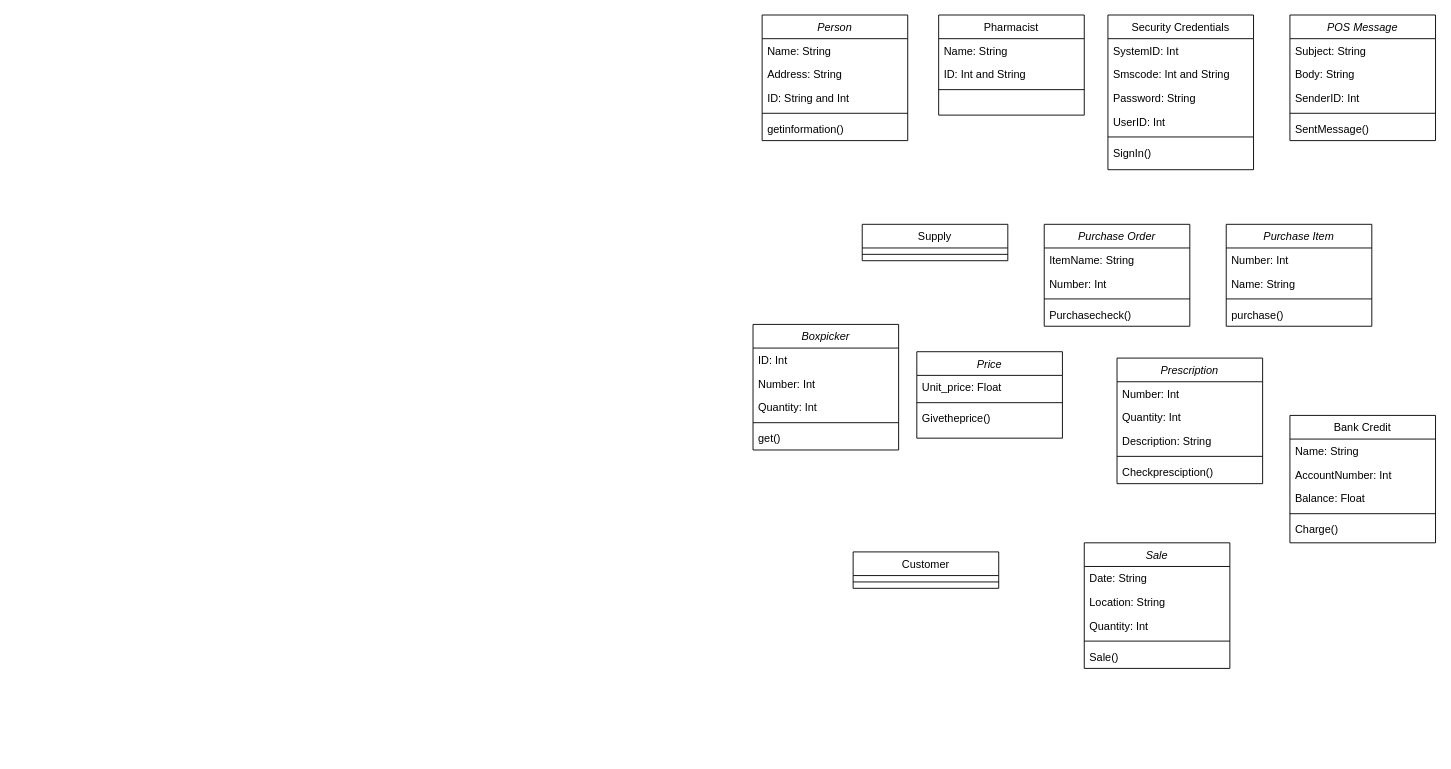
Earlier version of the draw.io diagram classdiagram.drawio (forthegame/ANU2024). Source tidied: cells renumbered, new cells numbered last; positions are measured from the earlier drawing's top-left corner, leaving out a move shared by most shapes. Both pictures are drawn from the tidied source at 91%, with x=0, y=0 at pixel (753, 15).
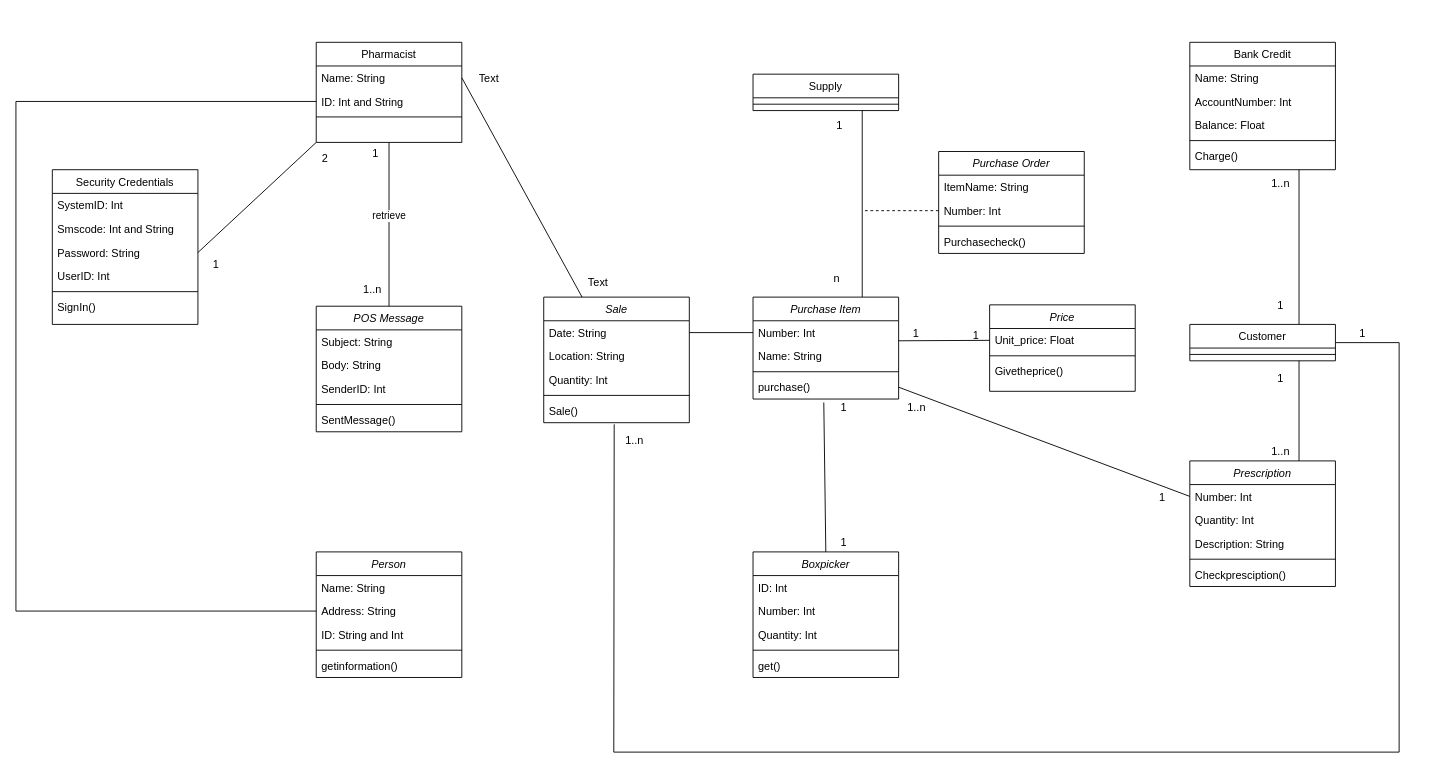
The same diagram, later.

Unchanged cells that the change refers to:
```xml
<mxCell id="4" value="Address: String" style="text;align=left;verticalAlign=top;spacingLeft=4;spacingRight=4;overflow=hidden;points=[[0,0.5],[1,0.5]];portConstraint=eastwest;rounded=0;shadow=0;html=0;" parent="2" vertex="1">
  <mxGeometry y="52" width="160" height="26" as="geometry" />
</mxCell>
<mxCell id="7" value="getinformation()" style="text;align=left;verticalAlign=top;spacingLeft=4;spacingRight=4;overflow=hidden;points=[[0,0.5],[1,0.5]];portConstraint=eastwest;" parent="2" vertex="1">
  <mxGeometry y="112" width="160" height="26" as="geometry" />
</mxCell>
<mxCell id="9" value="Name: String" style="text;align=left;verticalAlign=top;spacingLeft=4;spacingRight=4;overflow=hidden;points=[[0,0.5],[1,0.5]];portConstraint=eastwest;" parent="8" vertex="1">
  <mxGeometry y="26" width="160" height="26" as="geometry" />
</mxCell>
<mxCell id="10" value="ID: Int and String" style="text;align=left;verticalAlign=top;spacingLeft=4;spacingRight=4;overflow=hidden;points=[[0,0.5],[1,0.5]];portConstraint=eastwest;rounded=0;shadow=0;html=0;" parent="8" vertex="1">
  <mxGeometry y="52" width="160" height="26" as="geometry" />
</mxCell>
<mxCell id="17" value="Password: String" style="text;align=left;verticalAlign=top;spacingLeft=4;spacingRight=4;overflow=hidden;points=[[0,0.5],[1,0.5]];portConstraint=eastwest;rounded=0;shadow=0;html=0;" parent="14" vertex="1">
  <mxGeometry y="78" width="160" height="26" as="geometry" />
</mxCell>
<mxCell id="23" value="Number: Int" style="text;align=left;verticalAlign=top;spacingLeft=4;spacingRight=4;overflow=hidden;points=[[0,0.5],[1,0.5]];portConstraint=eastwest;rounded=0;shadow=0;html=0;" parent="21" vertex="1">
  <mxGeometry y="52" width="160" height="26" as="geometry" />
</mxCell>
<mxCell id="33" value="Unit_price: Float" style="text;align=left;verticalAlign=top;spacingLeft=4;spacingRight=4;overflow=hidden;points=[[0,0.5],[1,0.5]];portConstraint=eastwest;" parent="32" vertex="1">
  <mxGeometry y="26" width="160" height="26" as="geometry" />
</mxCell>
<mxCell id="37" value="Number: Int" style="text;align=left;verticalAlign=top;spacingLeft=4;spacingRight=4;overflow=hidden;points=[[0,0.5],[1,0.5]];portConstraint=eastwest;" parent="36" vertex="1">
  <mxGeometry y="26" width="160" height="26" as="geometry" />
</mxCell>
<mxCell id="49" value="Number: Int" style="text;align=left;verticalAlign=top;spacingLeft=4;spacingRight=4;overflow=hidden;points=[[0,0.5],[1,0.5]];portConstraint=eastwest;" parent="48" vertex="1">
  <mxGeometry y="26" width="160" height="26" as="geometry" />
</mxCell>
<mxCell id="52" value="purchase()" style="text;align=left;verticalAlign=top;spacingLeft=4;spacingRight=4;overflow=hidden;points=[[0,0.5],[1,0.5]];portConstraint=eastwest;" parent="48" vertex="1">
  <mxGeometry y="86" width="160" height="26" as="geometry" />
</mxCell>
<mxCell id="56" value="Date: String" style="text;align=left;verticalAlign=top;spacingLeft=4;spacingRight=4;overflow=hidden;points=[[0,0.5],[1,0.5]];portConstraint=eastwest;" parent="55" vertex="1">
  <mxGeometry y="26" width="160" height="26" as="geometry" />
</mxCell>
<mxCell id="60" value="Sale()" style="text;align=left;verticalAlign=top;spacingLeft=4;spacingRight=4;overflow=hidden;points=[[0,0.5],[1,0.5]];portConstraint=eastwest;" parent="55" vertex="1">
  <mxGeometry y="112" width="160" height="26" as="geometry" />
</mxCell>
```

What changed in the source:
```diff
@@
     <mxCell id="2" value="Person" style="swimlane;fontStyle=2;align=center;verticalAlign=top;horizontal=1;startSize=26;rounded=0;shadow=0;strokeWidth=1;" parent="1" vertex="1">
-      <mxGeometry x="10" width="160" height="138" as="geometry" />
+      <mxGeometry x="-480" y="590" width="160" height="138" as="geometry" />
     </mxCell>
@@
+    <mxCell id="67" style="edgeStyle=none;rounded=0;jettySize=auto;html=1;exitX=0.5;exitY=1;exitDx=0;exitDy=0;entryX=0.5;entryY=0;entryDx=0;entryDy=0;endArrow=none;endFill=0;" parent="1" edge="1" source="8" target="42">
+      <mxGeometry relative="1" as="geometry" />
+    </mxCell>
+    <mxCell id="68" value="retrieve" style="edgeLabel;html=1;align=center;verticalAlign=middle;" parent="67" vertex="1">
+      <mxGeometry x="-0.11" y="-1" relative="1" as="geometry" />
+    </mxCell>
+    <mxCell id="69" style="edgeStyle=none;rounded=0;jettySize=auto;html=1;exitX=0;exitY=1;exitDx=0;exitDy=0;entryX=1;entryY=0.5;entryDx=0;entryDy=0;endArrow=none;endFill=0;" parent="1" edge="1" source="8" target="17">
+      <mxGeometry relative="1" as="geometry" />
+    </mxCell>
     <mxCell id="8" value="Pharmacist" style="swimlane;fontStyle=0;align=center;verticalAlign=top;horizontal=1;startSize=26;rounded=0;shadow=0;strokeWidth=1;" parent="1" vertex="1">
-      <mxGeometry x="204" width="160" height="110" as="geometry" />
+      <mxGeometry x="-480" y="30" width="160" height="110" as="geometry" />
     </mxCell>
@@
     <mxCell id="12" value="Supply" style="swimlane;fontStyle=0;align=center;verticalAlign=top;horizontal=1;startSize=26;rounded=0;shadow=0;strokeWidth=1;" parent="1" vertex="1">
-      <mxGeometry x="120" y="230" width="160" height="40" as="geometry" />
+      <mxGeometry y="65" width="160" height="40" as="geometry" />
     </mxCell>
@@
     <mxCell id="14" value="Security Credentials" style="swimlane;fontStyle=0;align=center;verticalAlign=top;horizontal=1;startSize=26;rounded=0;shadow=0;strokeWidth=1;" parent="1" vertex="1">
-      <mxGeometry x="390" width="160" height="170" as="geometry" />
+      <mxGeometry x="-770" y="170" width="160" height="170" as="geometry" />
     </mxCell>
@@
     <mxCell id="21" value="Purchase Order" style="swimlane;fontStyle=2;align=center;verticalAlign=top;horizontal=1;startSize=26;rounded=0;shadow=0;strokeWidth=1;" parent="1" vertex="1">
-      <mxGeometry x="320" y="230" width="160" height="112" as="geometry" />
+      <mxGeometry x="204" y="150" width="160" height="112" as="geometry" />
     </mxCell>
@@
+    <mxCell id="70" style="edgeStyle=none;rounded=0;jettySize=auto;html=1;exitX=0.5;exitY=0;exitDx=0;exitDy=0;entryX=0.486;entryY=1.146;entryDx=0;entryDy=0;entryPerimeter=0;endArrow=none;endFill=0;" parent="1" edge="1" source="26" target="52">
+      <mxGeometry relative="1" as="geometry" />
+    </mxCell>
     <mxCell id="26" value="Boxpicker" style="swimlane;fontStyle=2;align=center;verticalAlign=top;horizontal=1;startSize=26;rounded=0;shadow=0;strokeWidth=1;" parent="1" vertex="1">
-      <mxGeometry y="340" width="160" height="138" as="geometry" />
+      <mxGeometry y="590" width="160" height="138" as="geometry" />
     </mxCell>
@@
     <mxCell id="32" value="Price" style="swimlane;fontStyle=2;align=center;verticalAlign=top;horizontal=1;startSize=26;rounded=0;shadow=0;strokeWidth=1;" parent="1" vertex="1">
-      <mxGeometry x="180" y="370" width="160" height="95" as="geometry" />
+      <mxGeometry x="260" y="318.5" width="160" height="95" as="geometry" />
     </mxCell>
@@
     <mxCell id="36" value="Prescription" style="swimlane;fontStyle=2;align=center;verticalAlign=top;horizontal=1;startSize=26;rounded=0;shadow=0;strokeWidth=1;" parent="1" vertex="1">
-      <mxGeometry x="400" y="377" width="160" height="138" as="geometry" />
+      <mxGeometry x="480" y="490" width="160" height="138" as="geometry" />
     </mxCell>
@@
+    <mxCell id="71" style="edgeStyle=orthogonalEdgeStyle;rounded=0;jettySize=auto;html=1;exitX=0.25;exitY=0;exitDx=0;exitDy=0;entryX=0.251;entryY=0.962;entryDx=0;entryDy=0;entryPerimeter=0;strokeColor=none;startArrow=none;" parent="1" edge="1" source="101" target="7">
+      <mxGeometry relative="1" as="geometry" />
+    </mxCell>
     <mxCell id="42" value="POS Message" style="swimlane;fontStyle=2;align=center;verticalAlign=top;horizontal=1;startSize=26;rounded=0;shadow=0;strokeWidth=1;" parent="1" vertex="1">
-      <mxGeometry x="590" width="160" height="138" as="geometry" />
+      <mxGeometry x="-480" y="320" width="160" height="138" as="geometry" />
     </mxCell>
@@
+    <mxCell id="72" style="edgeStyle=none;rounded=0;jettySize=auto;html=1;exitX=0.75;exitY=0;exitDx=0;exitDy=0;entryX=0.75;entryY=1;entryDx=0;entryDy=0;endArrow=none;endFill=0;" parent="1" edge="1" source="48" target="12">
+      <mxGeometry relative="1" as="geometry" />
+    </mxCell>
     <mxCell id="48" value="Purchase Item" style="swimlane;fontStyle=2;align=center;verticalAlign=top;horizontal=1;startSize=26;rounded=0;shadow=0;strokeWidth=1;" parent="1" vertex="1">
-      <mxGeometry x="520" y="230" width="160" height="112" as="geometry" />
+      <mxGeometry y="310" width="160" height="112" as="geometry" />
     </mxCell>
@@
+    <mxCell id="73" style="edgeStyle=none;rounded=0;jettySize=auto;html=1;exitX=0.75;exitY=0;exitDx=0;exitDy=0;entryX=0.75;entryY=1;entryDx=0;entryDy=0;endArrow=none;endFill=0;" parent="1" edge="1" source="53" target="61">
+      <mxGeometry relative="1" as="geometry" />
+    </mxCell>
+    <mxCell id="74" style="edgeStyle=none;rounded=0;jettySize=auto;html=1;exitX=0.75;exitY=1;exitDx=0;exitDy=0;entryX=0.75;entryY=0;entryDx=0;entryDy=0;endArrow=none;endFill=0;" parent="1" edge="1" source="53" target="36">
+      <mxGeometry relative="1" as="geometry" />
+    </mxCell>
+    <mxCell id="75" style="edgeStyle=none;rounded=0;jettySize=auto;html=1;exitX=1;exitY=0.5;exitDx=0;exitDy=0;entryX=0.484;entryY=1.069;entryDx=0;entryDy=0;entryPerimeter=0;endArrow=none;endFill=0;" parent="1" edge="1" source="53" target="60">
+      <mxGeometry relative="1" as="geometry">
+        <Array as="points">
+          <mxPoint x="710" y="360" />
+          <mxPoint x="710" y="810" />
+          <mxPoint x="-153" y="810" />
+        </Array>
+      </mxGeometry>
+    </mxCell>
     <mxCell id="53" value="Customer" style="swimlane;fontStyle=0;align=center;verticalAlign=top;horizontal=1;startSize=26;rounded=0;shadow=0;strokeWidth=1;" parent="1" vertex="1">
-      <mxGeometry x="110" y="590" width="160" height="40" as="geometry" />
+      <mxGeometry x="480" y="340" width="160" height="40" as="geometry" />
     </mxCell>
@@
     <mxCell id="55" value="Sale" style="swimlane;fontStyle=2;align=center;verticalAlign=top;horizontal=1;startSize=26;rounded=0;shadow=0;strokeWidth=1;" parent="1" vertex="1">
-      <mxGeometry x="364" y="580" width="160" height="138" as="geometry" />
+      <mxGeometry x="-230" y="310" width="160" height="138" as="geometry" />
     </mxCell>
@@
     <mxCell id="61" value="Bank Credit" style="swimlane;fontStyle=0;align=center;verticalAlign=top;horizontal=1;startSize=26;rounded=0;shadow=0;strokeWidth=1;" parent="1" vertex="1">
-      <mxGeometry x="590" y="440" width="160" height="140" as="geometry" />
+      <mxGeometry x="480" y="30" width="160" height="140" as="geometry" />
     </mxCell>
@@
+    <mxCell id="76" value="1" style="align=left;verticalAlign=bottom;labelBackgroundColor=none;fontSize=12;" parent="1" vertex="1">
+      <mxGeometry x="-420" y="160" as="geometry" />
+    </mxCell>
+    <mxCell id="77" style="edgeStyle=orthogonalEdgeStyle;rounded=0;jettySize=auto;html=1;exitX=0.25;exitY=0;exitDx=0;exitDy=0;entryX=0.251;entryY=0.962;entryDx=0;entryDy=0;entryPerimeter=0;strokeColor=none;endArrow=none;" parent="1" edge="1" source="42">
+      <mxGeometry relative="1" as="geometry">
+        <mxPoint x="-417.5" y="186.9" as="targetPoint" />
+      </mxGeometry>
+    </mxCell>
+    <mxCell id="78" value="1..n" style="align=left;verticalAlign=bottom;labelBackgroundColor=none;fontSize=12;" parent="1" vertex="1">
+      <mxGeometry x="-430" y="310" as="geometry" />
+    </mxCell>
+    <mxCell id="79" style="edgeStyle=none;rounded=0;jettySize=auto;html=1;exitX=0;exitY=0.5;exitDx=0;exitDy=0;endArrow=none;endFill=0;dashed=1;" parent="1" edge="1" source="23">
+      <mxGeometry relative="1" as="geometry">
+        <mxPoint x="120" y="215" as="targetPoint" />
+      </mxGeometry>
+    </mxCell>
+    <mxCell id="80" value="1" style="align=left;verticalAlign=bottom;labelBackgroundColor=none;fontSize=12;" parent="1" vertex="1">
+      <mxGeometry x="90" y="130" as="geometry" />
+    </mxCell>
+    <mxCell id="81" value="n" style="align=left;verticalAlign=bottom;labelBackgroundColor=none;fontSize=12;" parent="1" vertex="1">
+      <mxGeometry x="90" y="280" as="geometry">
+        <mxPoint x="-3" y="18" as="offset" />
+      </mxGeometry>
+    </mxCell>
+    <mxCell id="82" style="edgeStyle=none;rounded=0;jettySize=auto;html=1;exitX=0;exitY=0.5;exitDx=0;exitDy=0;entryX=1;entryY=0.846;entryDx=0;entryDy=0;entryPerimeter=0;endArrow=none;endFill=0;" parent="1" edge="1" source="33" target="49">
+      <mxGeometry relative="1" as="geometry" />
+    </mxCell>
+    <mxCell id="83" value="1" style="align=left;verticalAlign=bottom;labelBackgroundColor=none;fontSize=12;" parent="1" vertex="1">
+      <mxGeometry x="100" y="140" as="geometry">
+        <mxPoint x="74" y="218" as="offset" />
+      </mxGeometry>
+    </mxCell>
+    <mxCell id="84" value="1" style="align=left;verticalAlign=bottom;labelBackgroundColor=none;fontSize=12;" parent="1" vertex="1">
+      <mxGeometry x="240" y="360" as="geometry" />
+    </mxCell>
+    <mxCell id="85" value="1..n" style="text;html=1;strokeColor=none;fillColor=none;align=center;verticalAlign=middle;whiteSpace=wrap;rounded=0;" parent="1" vertex="1">
+      <mxGeometry x="560" y="470" width="40" height="20" as="geometry" />
+    </mxCell>
+    <mxCell id="86" value="1" style="text;html=1;strokeColor=none;fillColor=none;align=center;verticalAlign=middle;whiteSpace=wrap;rounded=0;" parent="1" vertex="1">
+      <mxGeometry x="560" y="390" width="40" height="20" as="geometry" />
+    </mxCell>
+    <mxCell id="87" value="1..n" style="text;html=1;strokeColor=none;fillColor=none;align=center;verticalAlign=middle;whiteSpace=wrap;rounded=0;" parent="1" vertex="1">
+      <mxGeometry x="560" y="175" width="40" height="20" as="geometry" />
+    </mxCell>
+    <mxCell id="88" value="1" style="text;html=1;strokeColor=none;fillColor=none;align=center;verticalAlign=middle;whiteSpace=wrap;rounded=0;" parent="1" vertex="1">
+      <mxGeometry x="560" y="310" width="40" height="20" as="geometry" />
+    </mxCell>
+    <mxCell id="89" style="edgeStyle=none;rounded=0;jettySize=auto;html=1;exitX=0;exitY=0.5;exitDx=0;exitDy=0;entryX=1;entryY=0.5;entryDx=0;entryDy=0;endArrow=none;endFill=0;" parent="1" edge="1" source="37" target="52">
+      <mxGeometry relative="1" as="geometry" />
+    </mxCell>
+    <mxCell id="90" value="1..n" style="text;html=1;strokeColor=none;fillColor=none;align=center;verticalAlign=middle;whiteSpace=wrap;rounded=0;" parent="1" vertex="1">
+      <mxGeometry x="160" y="422" width="40" height="20" as="geometry" />
+    </mxCell>
+    <mxCell id="91" value="1" style="text;html=1;strokeColor=none;fillColor=none;align=center;verticalAlign=middle;whiteSpace=wrap;rounded=0;" parent="1" vertex="1">
+      <mxGeometry x="430" y="520" width="40" height="20" as="geometry" />
+    </mxCell>
+    <mxCell id="92" value="1" style="text;html=1;strokeColor=none;fillColor=none;align=center;verticalAlign=middle;whiteSpace=wrap;rounded=0;" parent="1" vertex="1">
+      <mxGeometry x="80" y="570" width="40" height="20" as="geometry" />
+    </mxCell>
+    <mxCell id="93" value="1" style="text;html=1;strokeColor=none;fillColor=none;align=center;verticalAlign=middle;whiteSpace=wrap;rounded=0;" parent="1" vertex="1">
+      <mxGeometry x="80" y="422" width="40" height="20" as="geometry" />
+    </mxCell>
+    <mxCell id="94" style="edgeStyle=none;rounded=0;jettySize=auto;html=1;exitX=1;exitY=0.5;exitDx=0;exitDy=0;entryX=0;entryY=0.5;entryDx=0;entryDy=0;endArrow=none;endFill=0;" parent="1" edge="1" source="56" target="49">
+      <mxGeometry relative="1" as="geometry" />
+    </mxCell>
+    <mxCell id="95" style="edgeStyle=none;rounded=0;jettySize=auto;html=1;exitX=0;exitY=0.5;exitDx=0;exitDy=0;entryX=0;entryY=0.5;entryDx=0;entryDy=0;endArrow=none;endFill=0;" parent="1" edge="1" source="10" target="4">
+      <mxGeometry relative="1" as="geometry">
+        <Array as="points">
+          <mxPoint x="-810" y="95" />
+          <mxPoint x="-810" y="655" />
+        </Array>
+      </mxGeometry>
+    </mxCell>
+    <mxCell id="96" style="edgeStyle=none;rounded=0;jettySize=auto;html=1;exitX=1;exitY=0.5;exitDx=0;exitDy=0;endArrow=none;endFill=0;" parent="1" edge="1" source="9" target="55">
+      <mxGeometry relative="1" as="geometry" />
+    </mxCell>
+    <mxCell id="97" value="Text" style="text;html=1;strokeColor=none;fillColor=none;align=center;verticalAlign=middle;whiteSpace=wrap;rounded=0;" parent="1" vertex="1">
+      <mxGeometry x="-310" y="60" width="40" height="20" as="geometry" />
+    </mxCell>
+    <mxCell id="98" value="Text" style="text;html=1;strokeColor=none;fillColor=none;align=center;verticalAlign=middle;whiteSpace=wrap;rounded=0;" parent="1" vertex="1">
+      <mxGeometry x="-190" y="284" width="40" height="20" as="geometry" />
+    </mxCell>
+    <mxCell id="99" value="1..n" style="text;html=1;strokeColor=none;fillColor=none;align=center;verticalAlign=middle;whiteSpace=wrap;rounded=0;" parent="1" vertex="1">
+      <mxGeometry x="-150" y="458" width="40" height="20" as="geometry" />
+    </mxCell>
+    <mxCell id="100" value="1" style="text;html=1;strokeColor=none;fillColor=none;align=center;verticalAlign=middle;whiteSpace=wrap;rounded=0;" parent="1" vertex="1">
+      <mxGeometry x="650" y="340" width="40" height="20" as="geometry" />
+    </mxCell>
+    <mxCell id="101" value="1" style="text;html=1;strokeColor=none;fillColor=none;align=center;verticalAlign=middle;whiteSpace=wrap;rounded=0;" parent="1" vertex="1">
+      <mxGeometry x="-610" y="264" width="40" height="20" as="geometry" />
+    </mxCell>
+    <mxCell id="102" style="edgeStyle=orthogonalEdgeStyle;rounded=0;jettySize=auto;html=1;exitX=0.25;exitY=0;exitDx=0;exitDy=0;entryX=0.251;entryY=0.962;entryDx=0;entryDy=0;entryPerimeter=0;strokeColor=none;startArrow=none;endArrow=none;" parent="1" edge="1" source="103" target="101">
+      <mxGeometry relative="1" as="geometry" />
+    </mxCell>
+    <mxCell id="103" value="2" style="text;html=1;strokeColor=none;fillColor=none;align=center;verticalAlign=middle;whiteSpace=wrap;rounded=0;" parent="1" vertex="1">
+      <mxGeometry x="-490" y="148" width="40" height="20" as="geometry" />
+    </mxCell>
+    <mxCell id="104" style="edgeStyle=orthogonalEdgeStyle;rounded=0;jettySize=auto;html=1;exitX=0.25;exitY=0;exitDx=0;exitDy=0;entryX=0.251;entryY=0.962;entryDx=0;entryDy=0;entryPerimeter=0;strokeColor=none;startArrow=none;endArrow=none;" parent="1" edge="1" target="103">
+      <mxGeometry relative="1" as="geometry">
+        <mxPoint x="-417.5" y="158" as="sourcePoint" />
+      </mxGeometry>
+    </mxCell>
```
